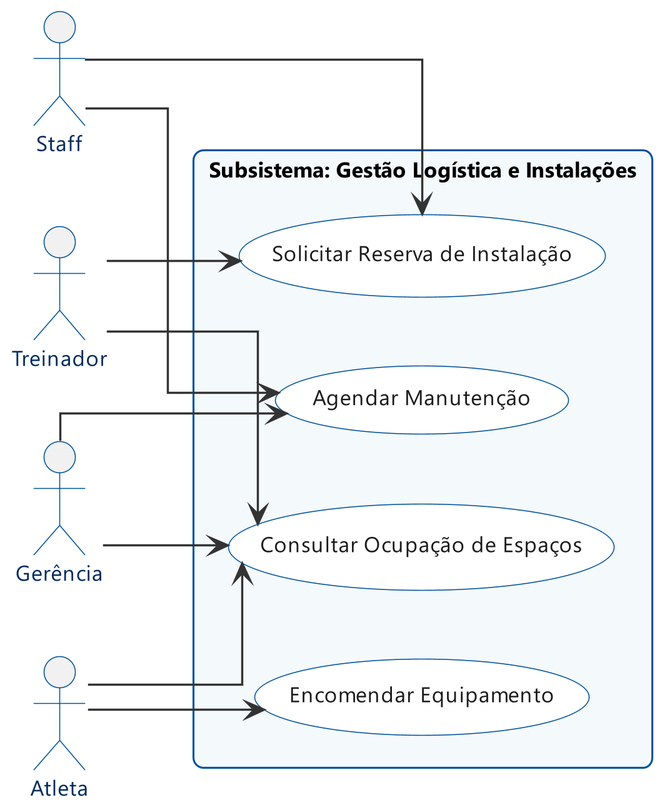
Above: Relatorio/images/casos_uso_instalacoes.png in MartiGames8899/LI4 (PlantUML), before the change.
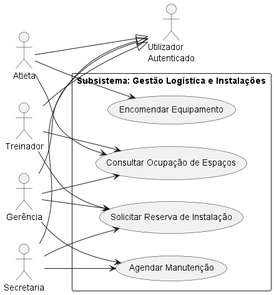
Later version of the same file.

Change to the diagram source:
```diff
@@ -1,11 +1,17 @@
-@startuml casos_uso_instalacoes
-!include _cap_skin.puml
+@startuml
+
 left to right direction
 
+actor "Utilizador\nAutenticado" as User
+actor "Atleta" as Athlete
 actor "Treinador" as Coach
+actor "Secretaria" as Secretary
 actor "Gerência" as Management
-actor "Atleta" as Athlete
-actor "Staff" as Staff
+
+Athlete --|> User
+Coach --|> User
+Secretary --|> User
+Management --|> User
 
 rectangle "Subsistema: Gestão Logística e Instalações" {
     usecase "Consultar Ocupação de Espaços" as UC1
@@ -19,11 +25,12 @@
 
 Management --> UC1
 Management --> UC4
+Management --> UC2
+
+Secretary --> UC2
+Secretary --> UC4
 
 Athlete --> UC1
 Athlete --> UC5
 
-Staff --> UC2
-Staff --> UC4
-
 @enduml
```
